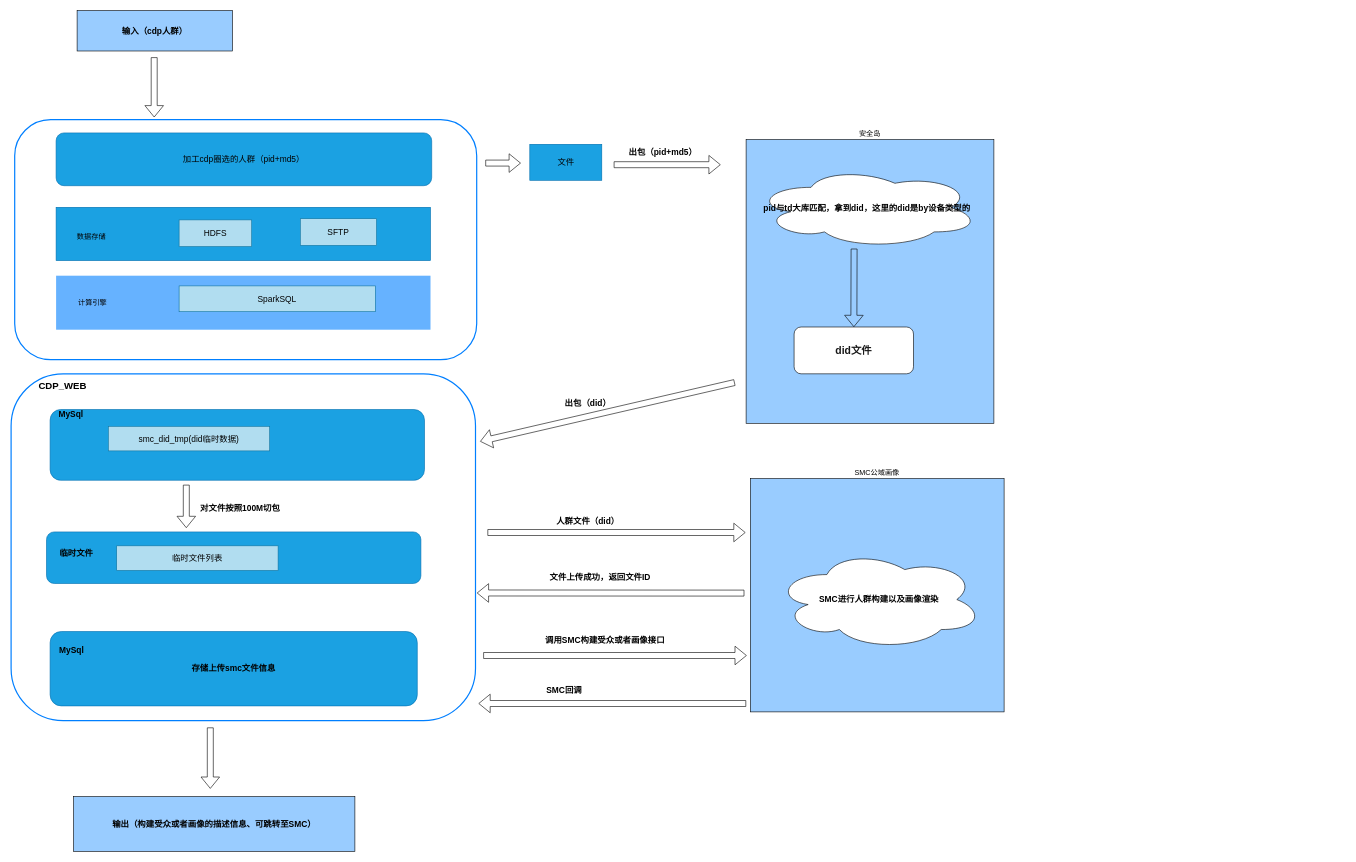
Above: 安全岛SMC.drawio in DThadch/draw (draw.io), before the change. Source tidied: cells renumbered, new cells numbered last; positions are measured from the earlier drawing's top-left corner, leaving out a move shared by most shapes. Both pictures are drawn from the tidied source at 60%, with x=0, y=0 at pixel (11, 10).
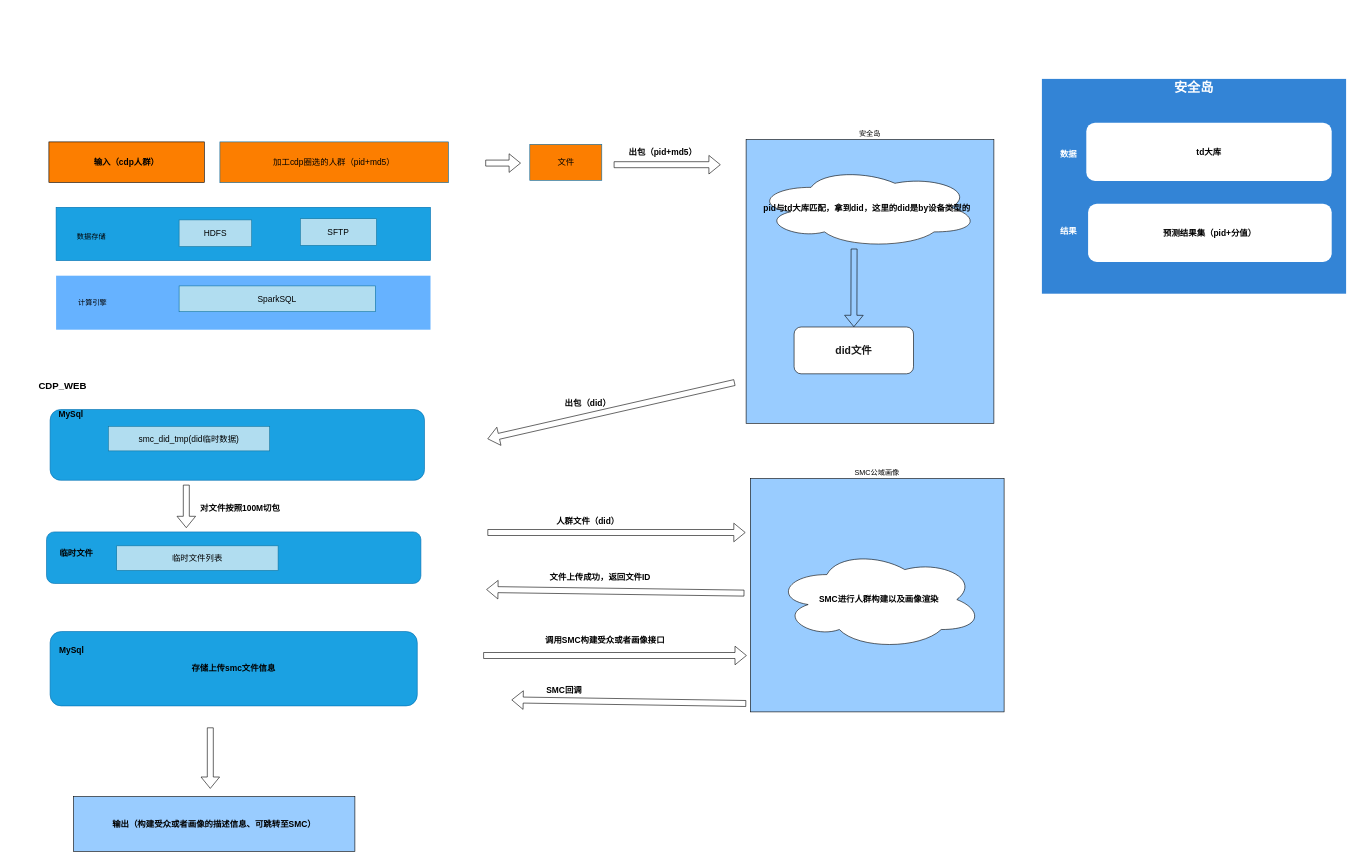
After the change.

Commit message:
更新安全岛SMC.drawio

What changed in the source:
```diff
@@
-    <mxCell id="7" style="shape=flexArrow;endArrow=classic;html=1;rounded=0;entryX=1.01;entryY=0.195;entryDx=0;entryDy=0;entryPerimeter=0;" parent="1" edge="1" target="39">
+    <mxCell id="7" style="shape=flexArrow;endArrow=classic;html=1;rounded=0;" parent="1" edge="1">
       <mxGeometry relative="1" as="geometry">
         <mxPoint x="1206" y="620" as="sourcePoint" />
+        <mxPoint x="794" y="714" as="targetPoint" />
       </mxGeometry>
     </mxCell>
@@
-    <mxCell id="15" value="输入（cdp人群）" style="rounded=0;whiteSpace=wrap;html=1;fillColor=#99CCFF;fontSize=14;fontStyle=1;" parent="1" vertex="1">
-      <mxGeometry x="110" width="259" height="67.5" as="geometry" />
+    <mxCell id="15" value="输入（cdp人群）" style="rounded=0;whiteSpace=wrap;html=1;fillColor=#FC7E00;fontSize=14;fontStyle=1;" parent="1" vertex="1">
+      <mxGeometry x="63" y="219" width="259" height="67.5" as="geometry" />
     </mxCell>
-    <mxCell id="16" value="加工cdp圈选的人群（pid+md5）" style="rounded=1;whiteSpace=wrap;html=1;fillColor=#1ba1e2;strokeColor=#006EAF;fontColor=#000000;fontSize=14;" parent="1" vertex="1">
-      <mxGeometry x="75" y="204" width="626" height="88" as="geometry" />
+    <mxCell id="16" value="加工cdp圈选的人群（pid+md5）" style="rounded=0;whiteSpace=wrap;html=1;fillColor=#FC7E00;strokeColor=#006EAF;fontColor=#000000;fontSize=14;" parent="1" vertex="1">
+      <mxGeometry x="348" y="219" width="381" height="68" as="geometry" />
     </mxCell>
-    <mxCell id="17" value="文件" style="rounded=0;whiteSpace=wrap;html=1;fillColor=#1ba1e2;fontColor=#000000;strokeColor=#006EAF;fontSize=14;" parent="1" vertex="1">
+    <mxCell id="17" value="文件" style="rounded=0;whiteSpace=wrap;html=1;fillColor=#FC7E00;fontColor=#000000;strokeColor=#006EAF;fontSize=14;" parent="1" vertex="1">
       <mxGeometry x="864.5" y="223" width="120" height="60" as="geometry" />
     </mxCell>
@@
-    <mxCell id="19" style="shape=flexArrow;endArrow=classic;html=1;rounded=0;" parent="1" edge="1">
-      <mxGeometry relative="1" as="geometry">
-        <mxPoint x="238.5" y="78" as="sourcePoint" />
-        <mxPoint x="238.5" y="178" as="targetPoint" />
-      </mxGeometry>
-    </mxCell>
@@
-    <mxCell id="34" style="rounded=1;whiteSpace=wrap;html=1;strokeColor=#007FFF;strokeWidth=2;fillColor=none;" parent="1" vertex="1">
-      <mxGeometry x="6" y="182" width="770" height="400" as="geometry" />
-    </mxCell>
@@
-    <mxCell id="36" style="shape=flexArrow;endArrow=classic;html=1;rounded=0;entryX=1.003;entryY=0.632;entryDx=0;entryDy=0;entryPerimeter=0;" parent="1" edge="1" target="39">
+    <mxCell id="36" style="shape=flexArrow;endArrow=classic;html=1;rounded=0;" parent="1" edge="1">
       <mxGeometry relative="1" as="geometry">
         <mxPoint x="1222" y="971" as="sourcePoint" />
+        <mxPoint x="792" y="965" as="targetPoint" />
       </mxGeometry>
     </mxCell>
@@
-    <mxCell id="39" style="rounded=1;whiteSpace=wrap;html=1;strokeColor=#007FFF;strokeWidth=2;fillColor=none;" parent="1" vertex="1">
-      <mxGeometry y="605.5" width="774" height="578" as="geometry" />
-    </mxCell>
@@
-    <mxCell id="44" style="shape=flexArrow;endArrow=classic;html=1;rounded=0;entryX=1.003;entryY=0.632;entryDx=0;entryDy=0;entryPerimeter=0;" parent="1" edge="1">
+    <mxCell id="44" style="shape=flexArrow;endArrow=classic;html=1;rounded=0;" parent="1" edge="1">
       <mxGeometry relative="1" as="geometry">
         <mxPoint x="1225" y="1155" as="sourcePoint" />
-        <mxPoint x="779" y="1155" as="targetPoint" />
+        <mxPoint x="834" y="1149" as="targetPoint" />
       </mxGeometry>
     </mxCell>
@@
+    <mxCell id="47" style="rounded=0;whiteSpace=wrap;html=1;fillColor=#0066CC;strokeColor=none;strokeWidth=3;opacity=80;" parent="1" vertex="1">
+      <mxGeometry x="1718" y="114" width="507" height="358" as="geometry" />
+    </mxCell>
+    <mxCell id="48" value="&lt;font color=&quot;#000000&quot;&gt;&lt;b&gt;td大库&lt;/b&gt;&lt;/font&gt;" style="rounded=1;whiteSpace=wrap;html=1;fillColor=#FFFFFF;strokeColor=none;fontColor=#ffffff;fontSize=14;" parent="1" vertex="1">
+      <mxGeometry x="1792" y="187" width="409" height="97" as="geometry" />
+    </mxCell>
+    <mxCell id="49" value="&lt;font color=&quot;#000000&quot;&gt;&lt;b&gt;预测结果集（pid+分值）&lt;/b&gt;&lt;/font&gt;" style="rounded=1;whiteSpace=wrap;html=1;fillColor=#FFFFFF;strokeColor=none;fontColor=#ffffff;fontSize=14;" parent="1" vertex="1">
+      <mxGeometry x="1795" y="322" width="406" height="97" as="geometry" />
+    </mxCell>
+    <mxCell id="50" value="&lt;font color=&quot;#ffffff&quot;&gt;数据&lt;/font&gt;" style="text;html=1;strokeColor=none;fillColor=none;align=center;verticalAlign=middle;whiteSpace=wrap;rounded=0;fontSize=14;fontStyle=1;" parent="1" vertex="1">
+      <mxGeometry x="1713" y="225" width="98.5" height="30" as="geometry" />
+    </mxCell>
+    <mxCell id="51" value="&lt;font color=&quot;#ffffff&quot;&gt;结果&lt;/font&gt;" style="text;html=1;strokeColor=none;fillColor=none;align=center;verticalAlign=middle;whiteSpace=wrap;rounded=0;fontSize=14;fontStyle=1;" parent="1" vertex="1">
+      <mxGeometry x="1713" y="352.8" width="98.5" height="30" as="geometry" />
+    </mxCell>
+    <mxCell id="52" value="&lt;font color=&quot;#ffffff&quot; style=&quot;font-size: 22px;&quot;&gt;安全岛&lt;/font&gt;" style="text;html=1;strokeColor=none;fillColor=none;align=center;verticalAlign=middle;whiteSpace=wrap;rounded=0;fontSize=14;fontStyle=1;fontColor=#000000;" parent="1" vertex="1">
+      <mxGeometry x="1922.2" y="114" width="98.5" height="30" as="geometry" />
+    </mxCell>
```
